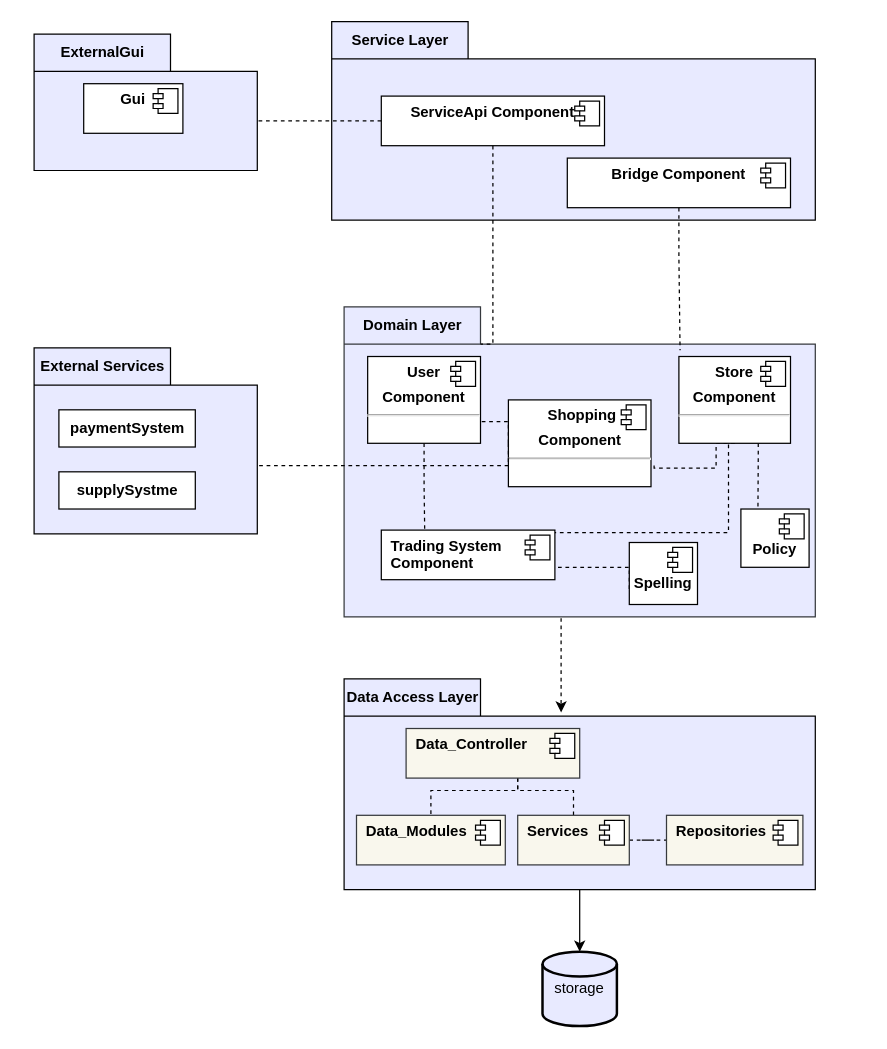
Before: Files/Files_Version4/ArchitectureDiagram/architectureDiagram.drawio in amitrub/Trading-System, a draw.io diagram. Source tidied: cells renumbered, new cells numbered last; positions are measured from the earlier drawing's top-left corner, leaving out a move shared by most shapes. Both pictures are drawn from the tidied source at 124%, with x=0, y=0 at pixel (33, 21).
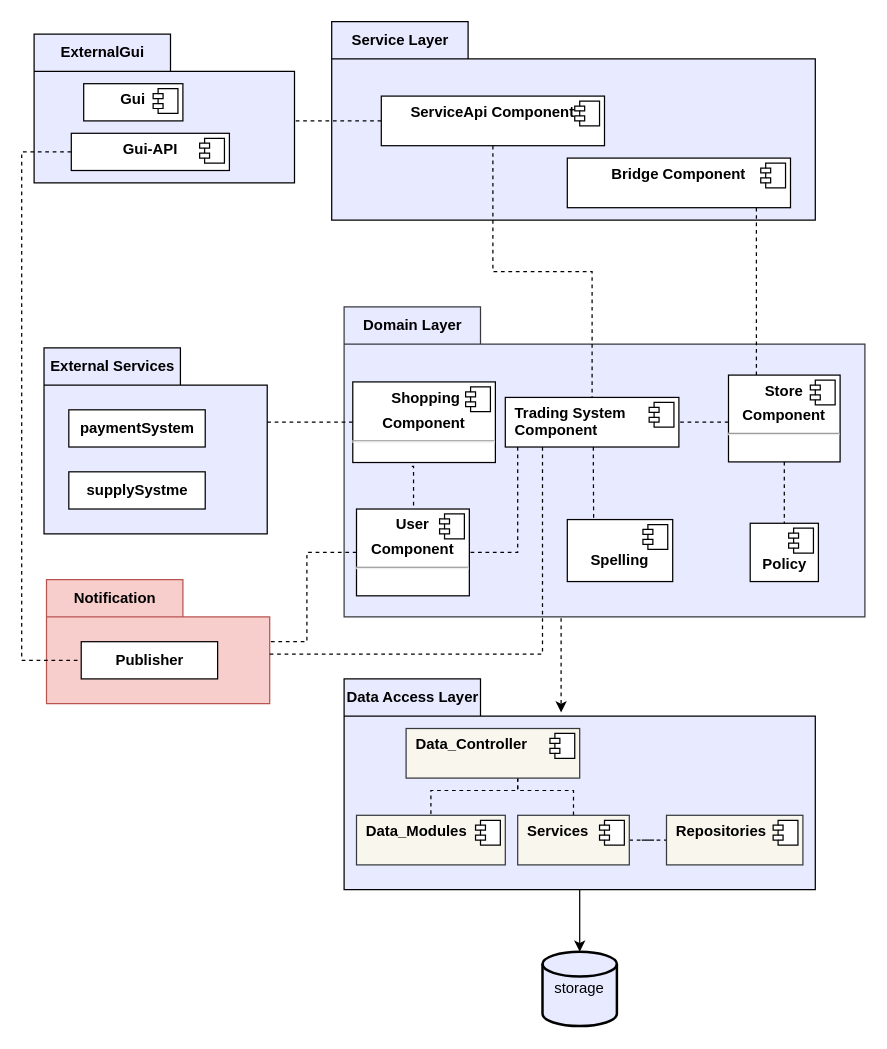
The same page after the edit.

Unchanged cells that the change refers to:
```xml
<mxCell id="16" style="shape=component;jettyWidth=8;jettyHeight=4;" parent="15" vertex="1">
  <mxGeometry x="1" width="20" height="20" relative="1" as="geometry">
    <mxPoint x="-24" y="4" as="offset" />
  </mxGeometry>
</mxCell>
<mxCell id="39" value="&lt;p style=&quot;margin: 0px ; margin-top: 6px ; text-align: center&quot;&gt;&lt;span&gt;ServiceApi Component&lt;/span&gt;&lt;br&gt;&lt;/p&gt;" style="align=left;overflow=fill;html=1;fontStyle=1;" parent="38" vertex="1">
  <mxGeometry x="40" y="60" width="180" height="40" as="geometry" />
</mxCell>
<mxCell id="41" value="&lt;p style=&quot;margin: 0px ; margin-top: 6px ; text-align: center&quot;&gt;Bridge Component&lt;/p&gt;" style="align=left;overflow=fill;html=1;fontStyle=1;" parent="38" vertex="1">
  <mxGeometry x="190" y="110" width="180" height="40" as="geometry" />
</mxCell>
```

What changed in the source:
```diff
@@
     <mxCell id="2" value="External Services" style="shape=folder;fontStyle=1;tabWidth=110;tabHeight=30;tabPosition=left;html=1;boundedLbl=1;labelInHeader=1;fillColor=#E8EAFF;" parent="1" vertex="1">
-      <mxGeometry y="263" width="180" height="150" as="geometry" />
+      <mxGeometry x="8" y="263" width="180" height="150" as="geometry" />
     </mxCell>
@@
     <mxCell id="6" value="Domain Layer" style="shape=folder;fontStyle=1;tabWidth=110;tabHeight=30;tabPosition=left;html=1;boundedLbl=1;labelInHeader=1;strokeColor=#36393d;fillColor=#E8EAFF;" parent="1" vertex="1">
-      <mxGeometry x="250" y="230" width="380" height="250" as="geometry" />
+      <mxGeometry x="250" y="230" width="420" height="250" as="geometry" />
     </mxCell>
-    <mxCell id="7" style="edgeStyle=orthogonalEdgeStyle;rounded=0;jettySize=auto;html=1;exitX=0.5;exitY=1;exitDx=0;exitDy=0;entryX=1;entryY=0.75;entryDx=0;entryDy=0;dashed=1;endArrow=none;endFill=0;" parent="6" edge="1" source="10" target="18">
-      <mxGeometry relative="1" as="geometry">
-        <Array as="points">
-          <mxPoint x="300" y="110" />
-          <mxPoint x="300" y="130" />
-          <mxPoint x="250" y="130" />
-          <mxPoint x="250" y="128" />
-        </Array>
-      </mxGeometry>
-    </mxCell>
-    <mxCell id="8" style="edgeStyle=orthogonalEdgeStyle;rounded=0;jettySize=auto;html=1;exitX=0.5;exitY=1;exitDx=0;exitDy=0;entryX=1;entryY=0.75;entryDx=0;entryDy=0;dashed=1;endArrow=none;endFill=0;" parent="6" edge="1" source="10" target="16">
-      <mxGeometry relative="1" as="geometry">
-        <Array as="points">
-          <mxPoint x="310" y="110" />
-          <mxPoint x="310" y="182" />
-        </Array>
-      </mxGeometry>
-    </mxCell>
-    <mxCell id="9" style="edgeStyle=orthogonalEdgeStyle;rounded=0;jettySize=auto;html=1;entryX=0.25;entryY=0;entryDx=0;entryDy=0;dashed=1;endArrow=none;endFill=0;" parent="6" edge="1" source="10" target="23">
-      <mxGeometry relative="1" as="geometry">
-        <Array as="points">
-          <mxPoint x="334" y="120" />
-          <mxPoint x="334" y="120" />
-        </Array>
-      </mxGeometry>
+    <mxCell id="9" style="edgeStyle=orthogonalEdgeStyle;rounded=0;jettySize=auto;html=1;dashed=1;endArrow=none;endFill=0;" parent="6" edge="1" source="10" target="23">
+      <mxGeometry relative="1" as="geometry" />
     </mxCell>
+    <mxCell id="51" style="edgeStyle=orthogonalEdgeStyle;rounded=0;jettySize=auto;html=1;entryX=1;entryY=0.5;entryDx=0;entryDy=0;dashed=1;endArrow=none;endFill=0;" parent="6" edge="1" source="10" target="15">
+      <mxGeometry relative="1" as="geometry">
+        <Array as="points">
+          <mxPoint x="300" y="93" />
+          <mxPoint x="300" y="93" />
+        </Array>
+      </mxGeometry>
+    </mxCell>
     <mxCell id="10" value="&lt;p style=&quot;margin: 0px ; margin-top: 6px ; text-align: center&quot;&gt;&lt;b&gt;&amp;nbsp;Store&amp;nbsp;&lt;/b&gt;&lt;/p&gt;&lt;p style=&quot;margin: 0px ; margin-top: 6px ; text-align: center&quot;&gt;&lt;b&gt;Component&lt;/b&gt;&lt;/p&gt;&lt;hr&gt;&lt;p style=&quot;margin: 0px ; margin-left: 8px&quot;&gt;&lt;br&gt;&lt;/p&gt;" style="align=left;overflow=fill;html=1;" parent="6" vertex="1">
-      <mxGeometry x="270" y="40" width="90" height="70" as="geometry" />
+      <mxGeometry x="310" y="55" width="90" height="70" as="geometry" />
     </mxCell>
@@
-    <mxCell id="12" style="edgeStyle=orthogonalEdgeStyle;rounded=0;jettySize=auto;html=1;exitX=0.5;exitY=1;exitDx=0;exitDy=0;dashed=1;endArrow=none;endFill=0;entryX=0.25;entryY=0;entryDx=0;entryDy=0;" parent="6" edge="1" source="13" target="15">
-      <mxGeometry relative="1" as="geometry" />
-    </mxCell>
     <mxCell id="13" value="&lt;p style=&quot;margin: 0px ; margin-top: 6px ; text-align: center&quot;&gt;&lt;span&gt;&amp;nbsp;User&amp;nbsp;&lt;/span&gt;&lt;/p&gt;&lt;p style=&quot;margin: 0px ; margin-top: 6px ; text-align: center&quot;&gt;&lt;span&gt;Component&lt;/span&gt;&lt;/p&gt;&lt;hr&gt;&lt;p style=&quot;margin: 0px ; margin-left: 8px&quot;&gt;&lt;br&gt;&lt;/p&gt;" style="align=left;overflow=fill;html=1;fontStyle=1;" parent="6" vertex="1">
-      <mxGeometry x="19" y="40" width="91" height="70" as="geometry" />
+      <mxGeometry x="10" y="163" width="91" height="70" as="geometry" />
     </mxCell>
@@
+    <mxCell id="52" style="edgeStyle=orthogonalEdgeStyle;rounded=0;jettySize=auto;html=1;entryX=0.25;entryY=0;entryDx=0;entryDy=0;dashed=1;endArrow=none;endFill=0;" parent="6" edge="1" source="15" target="21">
+      <mxGeometry relative="1" as="geometry">
+        <Array as="points">
+          <mxPoint x="201" y="130" />
+          <mxPoint x="201" y="130" />
+        </Array>
+      </mxGeometry>
+    </mxCell>
+    <mxCell id="53" style="edgeStyle=orthogonalEdgeStyle;rounded=0;jettySize=auto;html=1;dashed=1;endArrow=none;endFill=0;" parent="6" edge="1" source="15" target="13">
+      <mxGeometry relative="1" as="geometry">
+        <Array as="points">
+          <mxPoint x="140" y="198" />
+        </Array>
+      </mxGeometry>
+    </mxCell>
     <mxCell id="15" value="&lt;p style=&quot;margin: 0px ; margin-top: 6px ; text-align: center&quot;&gt;&lt;/p&gt;&lt;p style=&quot;margin: 0px ; margin-left: 8px&quot;&gt;Trading System&lt;/p&gt;&lt;p style=&quot;margin: 0px ; margin-left: 8px&quot;&gt;Component&lt;/p&gt;" style="align=left;overflow=fill;html=1;fontStyle=1;" parent="6" vertex="1">
-      <mxGeometry x="30" y="180" width="140" height="40" as="geometry" />
+      <mxGeometry x="130" y="73" width="140" height="40" as="geometry" />
     </mxCell>
@@
-    <mxCell id="17" style="edgeStyle=orthogonalEdgeStyle;rounded=0;jettySize=auto;html=1;exitX=0;exitY=0.5;exitDx=0;exitDy=0;entryX=1;entryY=0.75;entryDx=0;entryDy=0;dashed=1;endArrow=none;endFill=0;" parent="6" edge="1" source="18" target="13">
-      <mxGeometry relative="1" as="geometry">
-        <Array as="points">
-          <mxPoint x="133" y="92" />
-        </Array>
-      </mxGeometry>
-    </mxCell>
-    <mxCell id="18" value="&lt;p style=&quot;margin: 0px ; margin-top: 6px ; text-align: center&quot;&gt;&lt;b&gt;&amp;nbsp;Shopping&lt;/b&gt;&lt;/p&gt;&lt;p style=&quot;margin: 0px ; margin-top: 6px ; text-align: center&quot;&gt;&lt;b&gt;Component&lt;/b&gt;&lt;/p&gt;&lt;hr&gt;&lt;p style=&quot;margin: 0px ; margin-left: 8px&quot;&gt;&lt;br&gt;&lt;/p&gt;" style="align=left;overflow=fill;html=1;" parent="6" vertex="1">
-      <mxGeometry x="132.5" y="75" width="115" height="70" as="geometry" />
-    </mxCell>
-    <mxCell id="19" style="shape=component;jettyWidth=8;jettyHeight=4;" parent="18" vertex="1">
-      <mxGeometry x="1" width="20" height="20" relative="1" as="geometry">
-        <mxPoint x="-24" y="4" as="offset" />
-      </mxGeometry>
-    </mxCell>
-    <mxCell id="20" style="edgeStyle=orthogonalEdgeStyle;rounded=0;jettySize=auto;html=1;exitX=0;exitY=0.75;exitDx=0;exitDy=0;entryX=1;entryY=0.75;entryDx=0;entryDy=0;dashed=1;endArrow=none;endFill=0;" parent="6" edge="1" source="21" target="15">
-      <mxGeometry relative="1" as="geometry">
-        <Array as="points">
-          <mxPoint x="230" y="210" />
-        </Array>
-      </mxGeometry>
-    </mxCell>
     <mxCell id="21" value="&lt;p style=&quot;margin: 0px ; margin-top: 6px ; text-align: center&quot;&gt;&lt;br&gt;&lt;/p&gt;&lt;p style=&quot;margin: 0px ; margin-top: 6px ; text-align: center&quot;&gt;&lt;b&gt;Spelling&lt;/b&gt;&lt;/p&gt;" style="align=left;overflow=fill;html=1;" parent="6" vertex="1">
-      <mxGeometry x="230" y="190" width="55" height="50" as="geometry" />
+      <mxGeometry x="180" y="171.5" width="85" height="50" as="geometry" />
     </mxCell>
@@
     <mxCell id="23" value="&lt;p style=&quot;margin: 0px ; margin-top: 6px ; text-align: center&quot;&gt;&lt;br&gt;&lt;/p&gt;&lt;p style=&quot;margin: 0px ; margin-top: 6px ; text-align: center&quot;&gt;&lt;b&gt;Policy&lt;/b&gt;&lt;/p&gt;" style="align=left;overflow=fill;html=1;" parent="6" vertex="1">
-      <mxGeometry x="320" y="163" width="55" height="47" as="geometry" />
+      <mxGeometry x="327.5" y="174.5" width="55" height="47" as="geometry" />
     </mxCell>
@@
+    <mxCell id="17" style="edgeStyle=orthogonalEdgeStyle;rounded=0;jettySize=auto;html=1;dashed=1;endArrow=none;endFill=0;exitX=0.414;exitY=1.047;exitDx=0;exitDy=0;exitPerimeter=0;" parent="6" edge="1" source="18" target="13">
+      <mxGeometry relative="1" as="geometry">
+        <Array as="points">
+          <mxPoint x="56" y="129" />
+        </Array>
+      </mxGeometry>
+    </mxCell>
+    <mxCell id="18" value="&lt;p style=&quot;margin: 0px ; margin-top: 6px ; text-align: center&quot;&gt;&lt;b&gt;&amp;nbsp;Shopping&lt;/b&gt;&lt;/p&gt;&lt;p style=&quot;margin: 0px ; margin-top: 6px ; text-align: center&quot;&gt;&lt;b&gt;Component&lt;/b&gt;&lt;/p&gt;&lt;hr&gt;&lt;p style=&quot;margin: 0px ; margin-left: 8px&quot;&gt;&lt;br&gt;&lt;/p&gt;" style="align=left;overflow=fill;html=1;" parent="6" vertex="1">
+      <mxGeometry x="7" y="60.5" width="115" height="65" as="geometry" />
+    </mxCell>
+    <mxCell id="19" style="shape=component;jettyWidth=8;jettyHeight=4;" parent="18" vertex="1">
+      <mxGeometry x="1" width="20" height="20" relative="1" as="geometry">
+        <mxPoint x="-24" y="4" as="offset" />
+      </mxGeometry>
+    </mxCell>
@@
-    <mxCell id="44" style="edgeStyle=orthogonalEdgeStyle;rounded=0;jettySize=auto;html=1;exitX=0;exitY=0.5;exitDx=0;exitDy=0;entryX=1.002;entryY=0.633;entryDx=0;entryDy=0;entryPerimeter=0;dashed=1;endArrow=none;endFill=0;" parent="1" edge="1" source="18" target="2">
-      <mxGeometry relative="1" as="geometry">
-        <Array as="points">
-          <mxPoint x="383" y="358" />
-        </Array>
-      </mxGeometry>
-    </mxCell>
     <mxCell id="45" value="ExternalGui" style="shape=folder;fontStyle=1;tabWidth=110;tabHeight=30;tabPosition=left;html=1;boundedLbl=1;labelInHeader=1;fillColor=#E8EAFF;" parent="1" vertex="1">
-      <mxGeometry y="10" width="180" height="110" as="geometry" />
+      <mxGeometry y="10" width="210" height="120" as="geometry" />
     </mxCell>
     <mxCell id="46" value="&lt;p style=&quot;margin: 0px ; margin-top: 6px ; text-align: center&quot;&gt;&lt;span&gt;Gui&lt;/span&gt;&lt;br&gt;&lt;/p&gt;" style="align=left;overflow=fill;html=1;fontStyle=1;" parent="45" vertex="1">
-      <mxGeometry x="40" y="40" width="80" height="40" as="geometry" />
+      <mxGeometry x="40" y="40" width="80" height="30" as="geometry" />
     </mxCell>
@@
+    <mxCell id="54" value="&lt;p style=&quot;margin: 0px ; margin-top: 6px ; text-align: center&quot;&gt;Gui-API&lt;/p&gt;" style="align=left;overflow=fill;html=1;fontStyle=1;" parent="45" vertex="1">
+      <mxGeometry x="30" y="80" width="127.5" height="30" as="geometry" />
+    </mxCell>
+    <mxCell id="55" style="shape=component;jettyWidth=8;jettyHeight=4;" parent="54" vertex="1">
+      <mxGeometry x="1" width="20" height="20" relative="1" as="geometry">
+        <mxPoint x="-24" y="4" as="offset" />
+      </mxGeometry>
+    </mxCell>
@@
-    <mxCell id="49" style="edgeStyle=orthogonalEdgeStyle;rounded=0;jettySize=auto;html=1;entryX=0.713;entryY=0.14;entryDx=0;entryDy=0;entryPerimeter=0;dashed=1;endArrow=none;endFill=0;" parent="1" edge="1" source="41" target="6">
-      <mxGeometry relative="1" as="geometry" />
+    <mxCell id="49" style="edgeStyle=orthogonalEdgeStyle;rounded=0;jettySize=auto;html=1;entryX=0.25;entryY=0;entryDx=0;entryDy=0;dashed=1;endArrow=none;endFill=0;" parent="1" edge="1" source="41" target="10">
+      <mxGeometry relative="1" as="geometry">
+        <Array as="points">
+          <mxPoint x="583" y="218" />
+        </Array>
+      </mxGeometry>
     </mxCell>
-    <mxCell id="50" style="edgeStyle=orthogonalEdgeStyle;rounded=0;jettySize=auto;html=1;entryX=0;entryY=0;entryDx=110;entryDy=30;entryPerimeter=0;dashed=1;endArrow=none;endFill=0;" parent="1" edge="1" source="39" target="6">
-      <mxGeometry relative="1" as="geometry">
-        <Array as="points">
-          <mxPoint x="370" y="260" />
-        </Array>
-      </mxGeometry>
-    </mxCell>
+    <mxCell id="56" value="Notification" style="shape=folder;fontStyle=1;tabWidth=110;tabHeight=30;tabPosition=left;html=1;boundedLbl=1;labelInHeader=1;fillColor=#f8cecc;strokeColor=#b85450;" parent="1" vertex="1">
+      <mxGeometry x="10" y="450" width="180" height="100" as="geometry" />
+    </mxCell>
+    <mxCell id="57" value="&lt;b&gt;Publisher&lt;/b&gt;" style="html=1;" parent="56" vertex="1">
+      <mxGeometry width="110" height="30" relative="1" as="geometry">
+        <mxPoint x="28" y="50" as="offset" />
+      </mxGeometry>
+    </mxCell>
+    <mxCell id="58" style="edgeStyle=orthogonalEdgeStyle;rounded=0;jettySize=auto;html=1;endArrow=none;endFill=0;dashed=1;" parent="1" edge="1" source="54" target="57">
+      <mxGeometry relative="1" as="geometry">
+        <Array as="points">
+          <mxPoint x="-10" y="105" />
+          <mxPoint x="-10" y="515" />
+        </Array>
+      </mxGeometry>
+    </mxCell>
+    <mxCell id="59" style="edgeStyle=orthogonalEdgeStyle;rounded=0;jettySize=auto;html=1;dashed=1;endArrow=none;endFill=0;" parent="1" edge="1" source="13" target="56">
+      <mxGeometry relative="1" as="geometry">
+        <Array as="points">
+          <mxPoint x="220" y="428" />
+          <mxPoint x="220" y="500" />
+        </Array>
+      </mxGeometry>
+    </mxCell>
+    <mxCell id="60" style="edgeStyle=orthogonalEdgeStyle;rounded=0;jettySize=auto;html=1;dashed=1;endArrow=none;endFill=0;" parent="1" edge="1" source="39" target="15">
+      <mxGeometry relative="1" as="geometry" />
+    </mxCell>
+    <mxCell id="61" style="edgeStyle=orthogonalEdgeStyle;rounded=0;jettySize=auto;html=1;dashed=1;endArrow=none;endFill=0;" parent="1" edge="1" source="15" target="56">
+      <mxGeometry relative="1" as="geometry">
+        <Array as="points">
+          <mxPoint x="410" y="510" />
+        </Array>
+      </mxGeometry>
+    </mxCell>
+    <mxCell id="44" style="edgeStyle=orthogonalEdgeStyle;rounded=0;jettySize=auto;html=1;dashed=1;endArrow=none;endFill=0;" parent="1" edge="1" source="18" target="2">
+      <mxGeometry relative="1" as="geometry">
+        <Array as="points">
+          <mxPoint x="210" y="323" />
+          <mxPoint x="210" y="323" />
+        </Array>
+      </mxGeometry>
+    </mxCell>
```
